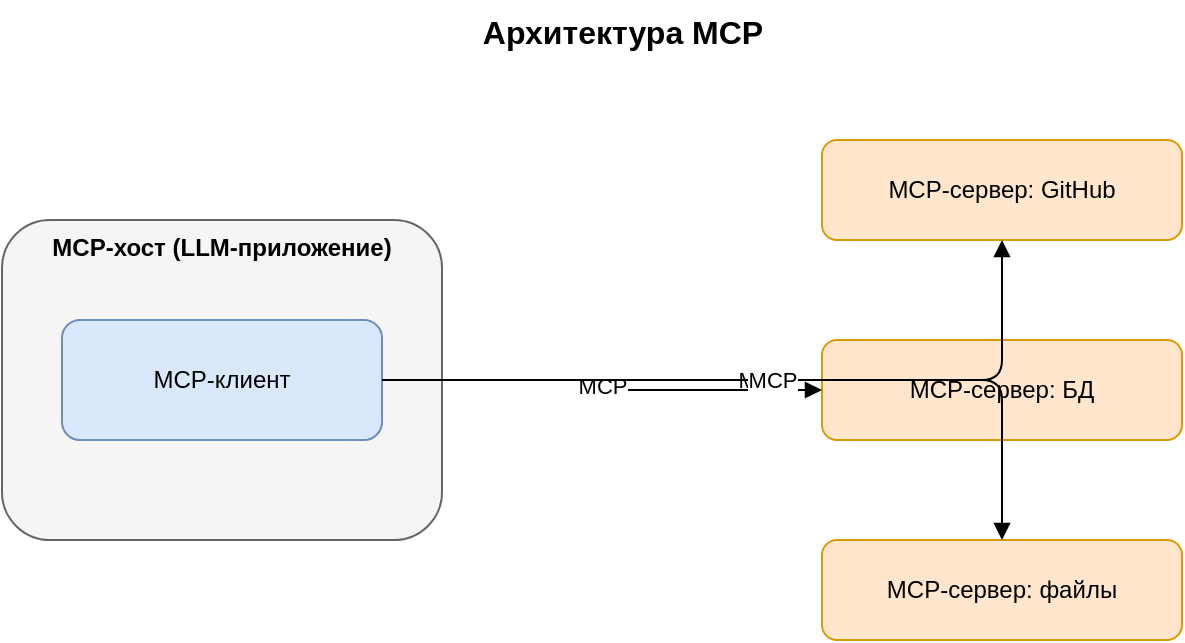
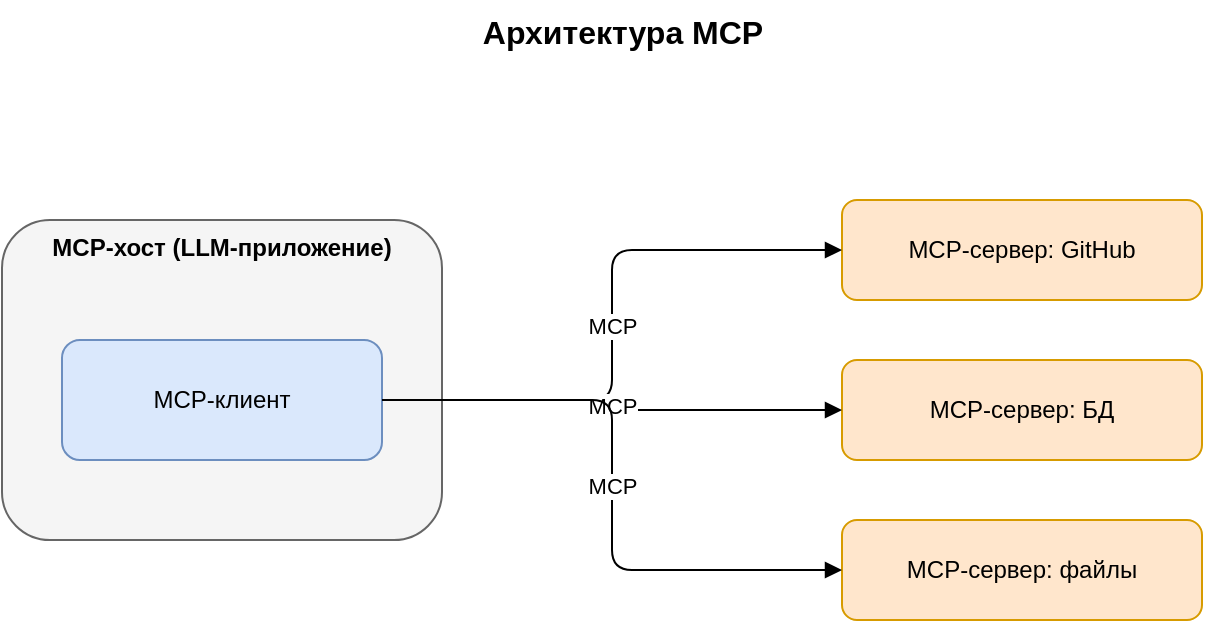
<mxfile host="app.diagrams.net">
  <diagram name="MCP architecture" id="mcp-architecture">
    <mxGraphModel dx="800" dy="600" grid="1" gridSize="10" guides="1" tooltips="1" connect="1" arrows="1" fold="1" page="1" pageScale="1" pageWidth="700" pageHeight="450" math="0" shadow="0">
      <root>
        <mxCell id="0" />
        <mxCell id="1" parent="0" />
        <mxCell id="title" value="Архитектура MCP" style="text;html=1;fontSize=16;fontStyle=1;align=center" vertex="1" parent="1">
          <mxGeometry x="250" y="10" width="200" height="30" as="geometry" />
        </mxCell>
        <mxCell id="host" value="MCP-хост (LLM-приложение)" style="rounded=1;whiteSpace=wrap;html=1;fillColor=#f5f5f5;strokeColor=#666666;verticalAlign=top;fontStyle=1" vertex="1" parent="1">
          <mxGeometry x="40" y="120" width="220" height="160" as="geometry" />
        </mxCell>
-         <mxCell id="client" value="MCP-клиент" style="rounded=1;whiteSpace=wrap;html=1;fillColor=#dae8fc;strokeColor=#6c8ebf" vertex="1" parent="1">
-           <mxGeometry x="70" y="170" width="160" height="60" as="geometry" />
+         <mxCell id="client" value="MCP-клиент" style="rounded=1;whiteSpace=wrap;html=1;fillColor=#dae8fc;strokeColor=#6c8ebf" vertex="1" parent="host">
+           <mxGeometry x="30" y="60" width="160" height="60" as="geometry" />
        </mxCell>
        <mxCell id="sGit" value="MCP-сервер: GitHub" style="rounded=1;whiteSpace=wrap;html=1;fillColor=#ffe6cc;strokeColor=#d79b00" vertex="1" parent="1">
-           <mxGeometry x="450" y="80" width="180" height="50" as="geometry" />
+           <mxGeometry x="460" y="110" width="180" height="50" as="geometry" />
        </mxCell>
        <mxCell id="sDb" value="MCP-сервер: БД" style="rounded=1;whiteSpace=wrap;html=1;fillColor=#ffe6cc;strokeColor=#d79b00" vertex="1" parent="1">
-           <mxGeometry x="450" y="180" width="180" height="50" as="geometry" />
+           <mxGeometry x="460" y="190" width="180" height="50" as="geometry" />
        </mxCell>
        <mxCell id="sFile" value="MCP-сервер: файлы" style="rounded=1;whiteSpace=wrap;html=1;fillColor=#ffe6cc;strokeColor=#d79b00" vertex="1" parent="1">
-           <mxGeometry x="450" y="280" width="180" height="50" as="geometry" />
+           <mxGeometry x="460" y="270" width="180" height="50" as="geometry" />
        </mxCell>
-         <mxCell id="e1" value="MCP" style="edgeStyle=orthogonalEdgeStyle;html=1;endArrow=block" edge="1" parent="1" source="client" target="sGit">
+         <mxCell id="e1" value="MCP" style="edgeStyle=orthogonalEdgeStyle;html=1;endArrow=block;exitX=1;exitY=0.5;exitDx=0;exitDy=0;entryX=0;entryY=0.5;entryDx=0;entryDy=0" edge="1" parent="1" source="client" target="sGit">
          <mxGeometry relative="1" as="geometry" />
        </mxCell>
-         <mxCell id="e2" value="MCP" style="edgeStyle=orthogonalEdgeStyle;html=1;endArrow=block" edge="1" parent="1" source="client" target="sDb">
+         <mxCell id="e2" value="MCP" style="edgeStyle=orthogonalEdgeStyle;html=1;endArrow=block;exitX=1;exitY=0.5;exitDx=0;exitDy=0;entryX=0;entryY=0.5;entryDx=0;entryDy=0" edge="1" parent="1" source="client" target="sDb">
          <mxGeometry relative="1" as="geometry" />
        </mxCell>
-         <mxCell id="e3" value="MCP" style="edgeStyle=orthogonalEdgeStyle;html=1;endArrow=block" edge="1" parent="1" source="client" target="sFile">
+         <mxCell id="e3" value="MCP" style="edgeStyle=orthogonalEdgeStyle;html=1;endArrow=block;exitX=1;exitY=0.5;exitDx=0;exitDy=0;entryX=0;entryY=0.5;entryDx=0;entryDy=0" edge="1" parent="1" source="client" target="sFile">
          <mxGeometry relative="1" as="geometry" />
        </mxCell>
      </root>
    </mxGraphModel>
  </diagram>
</mxfile>
